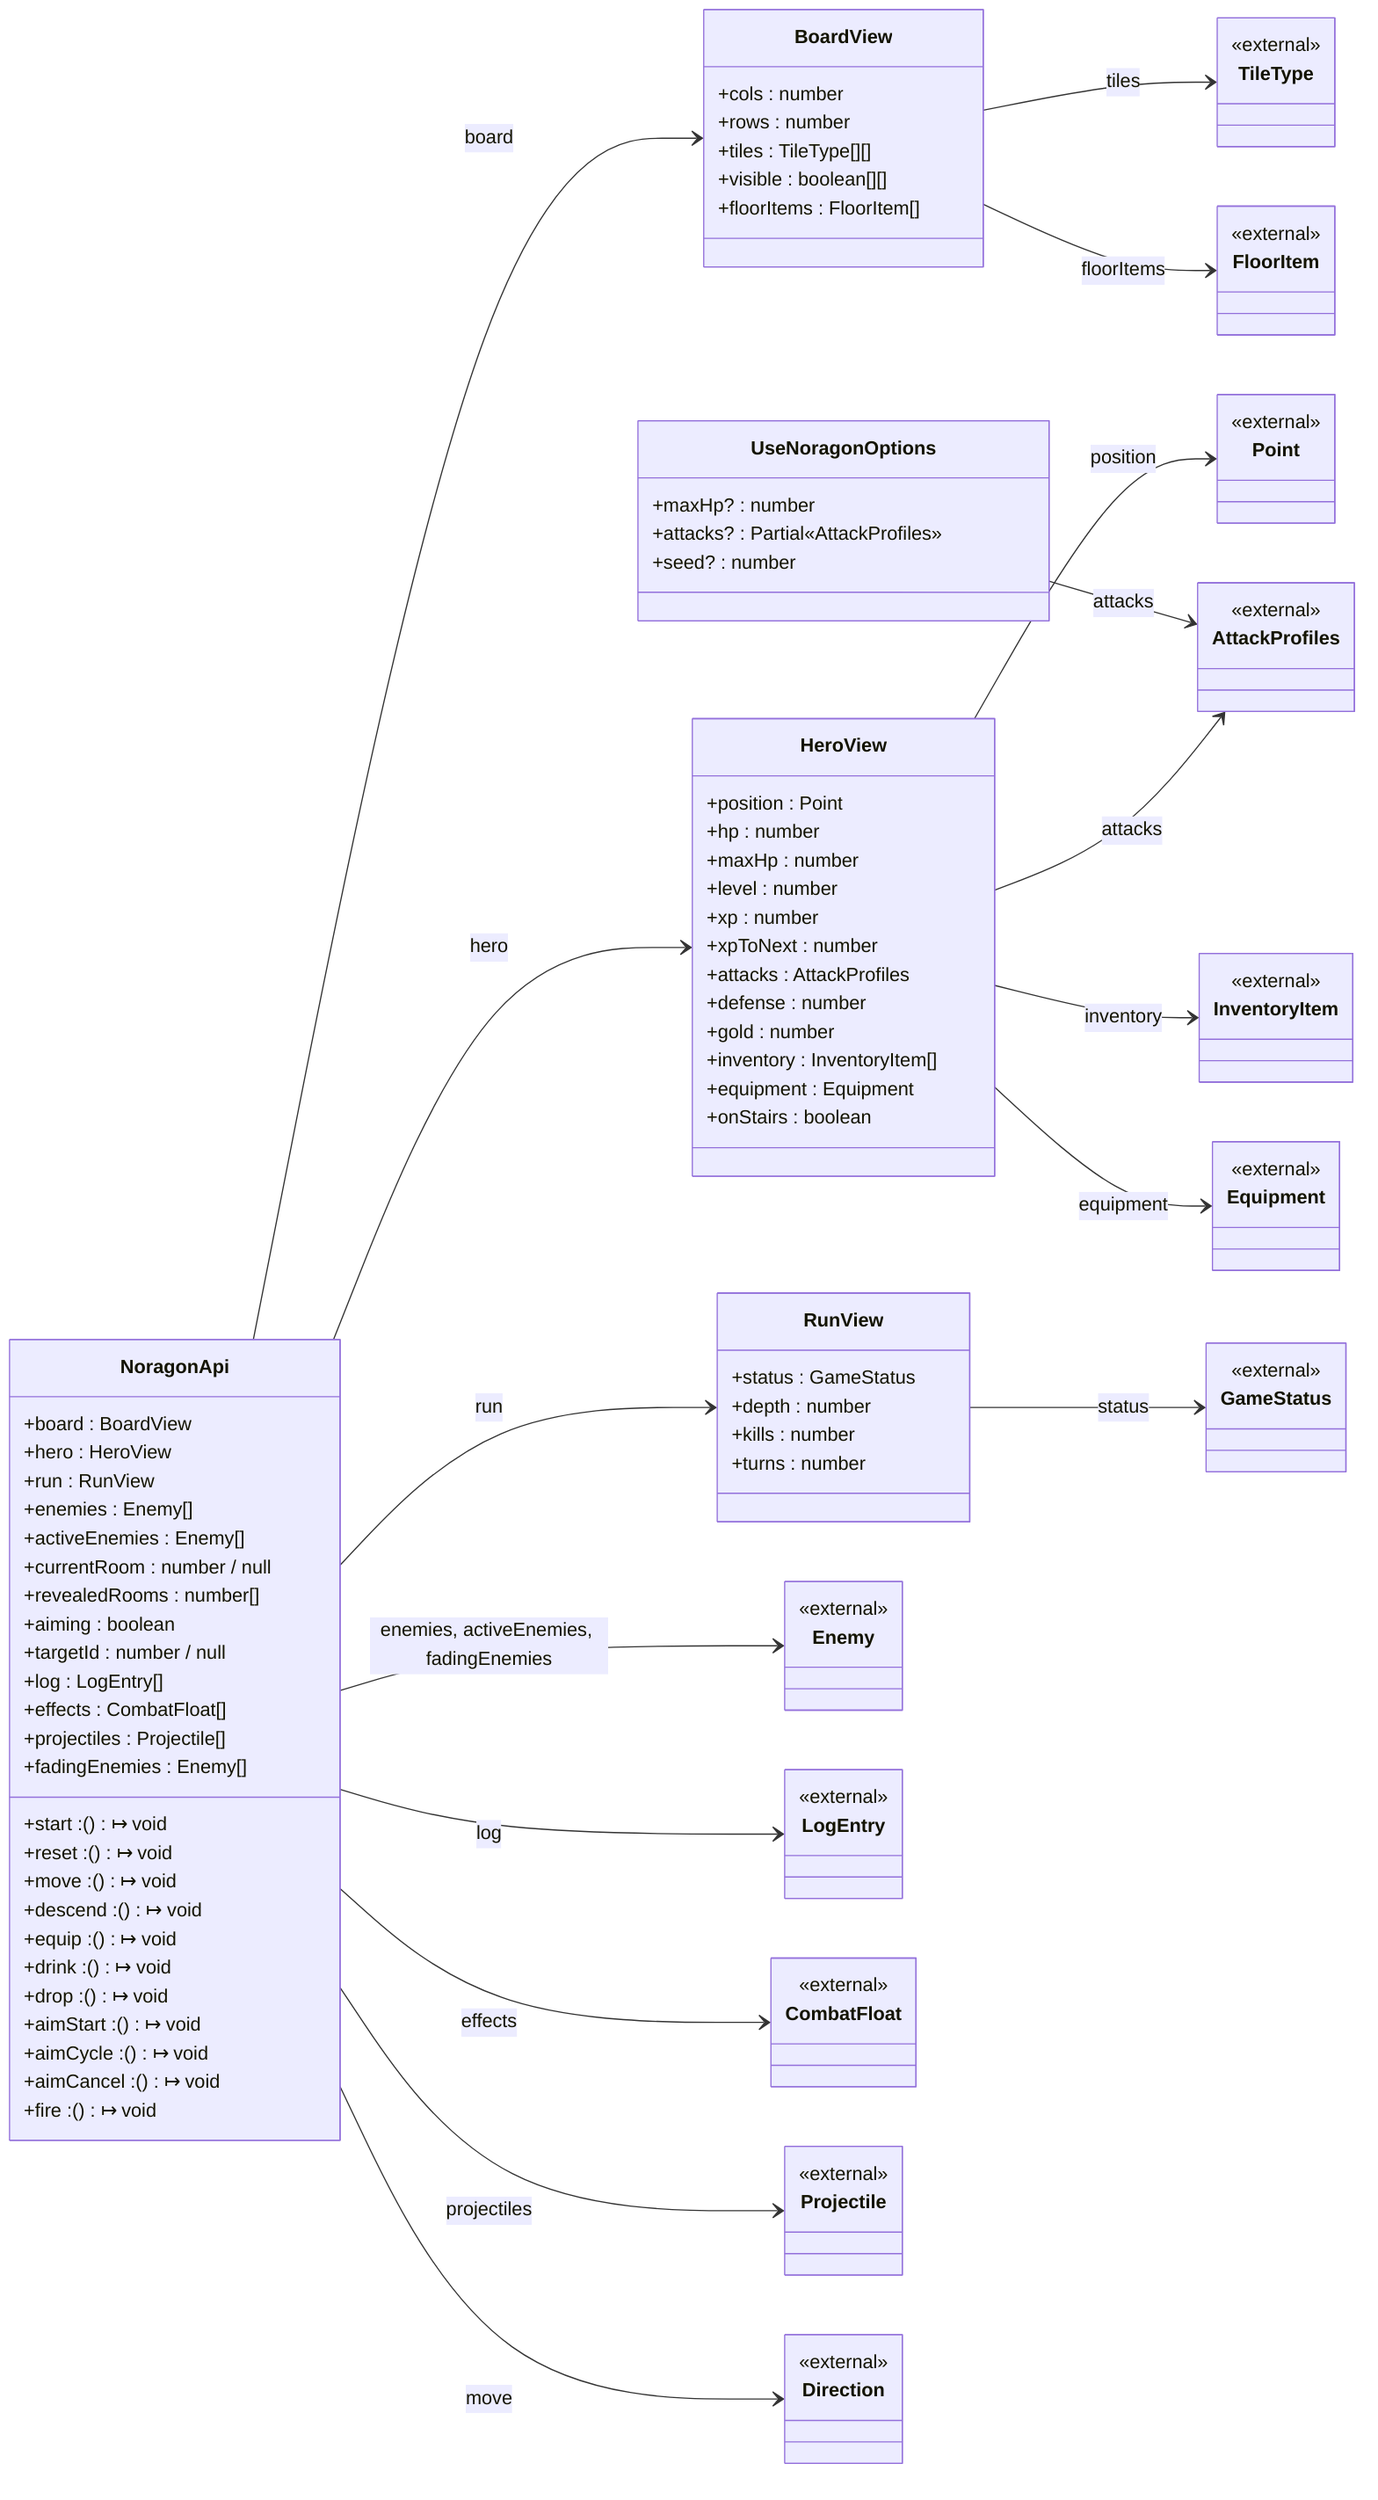
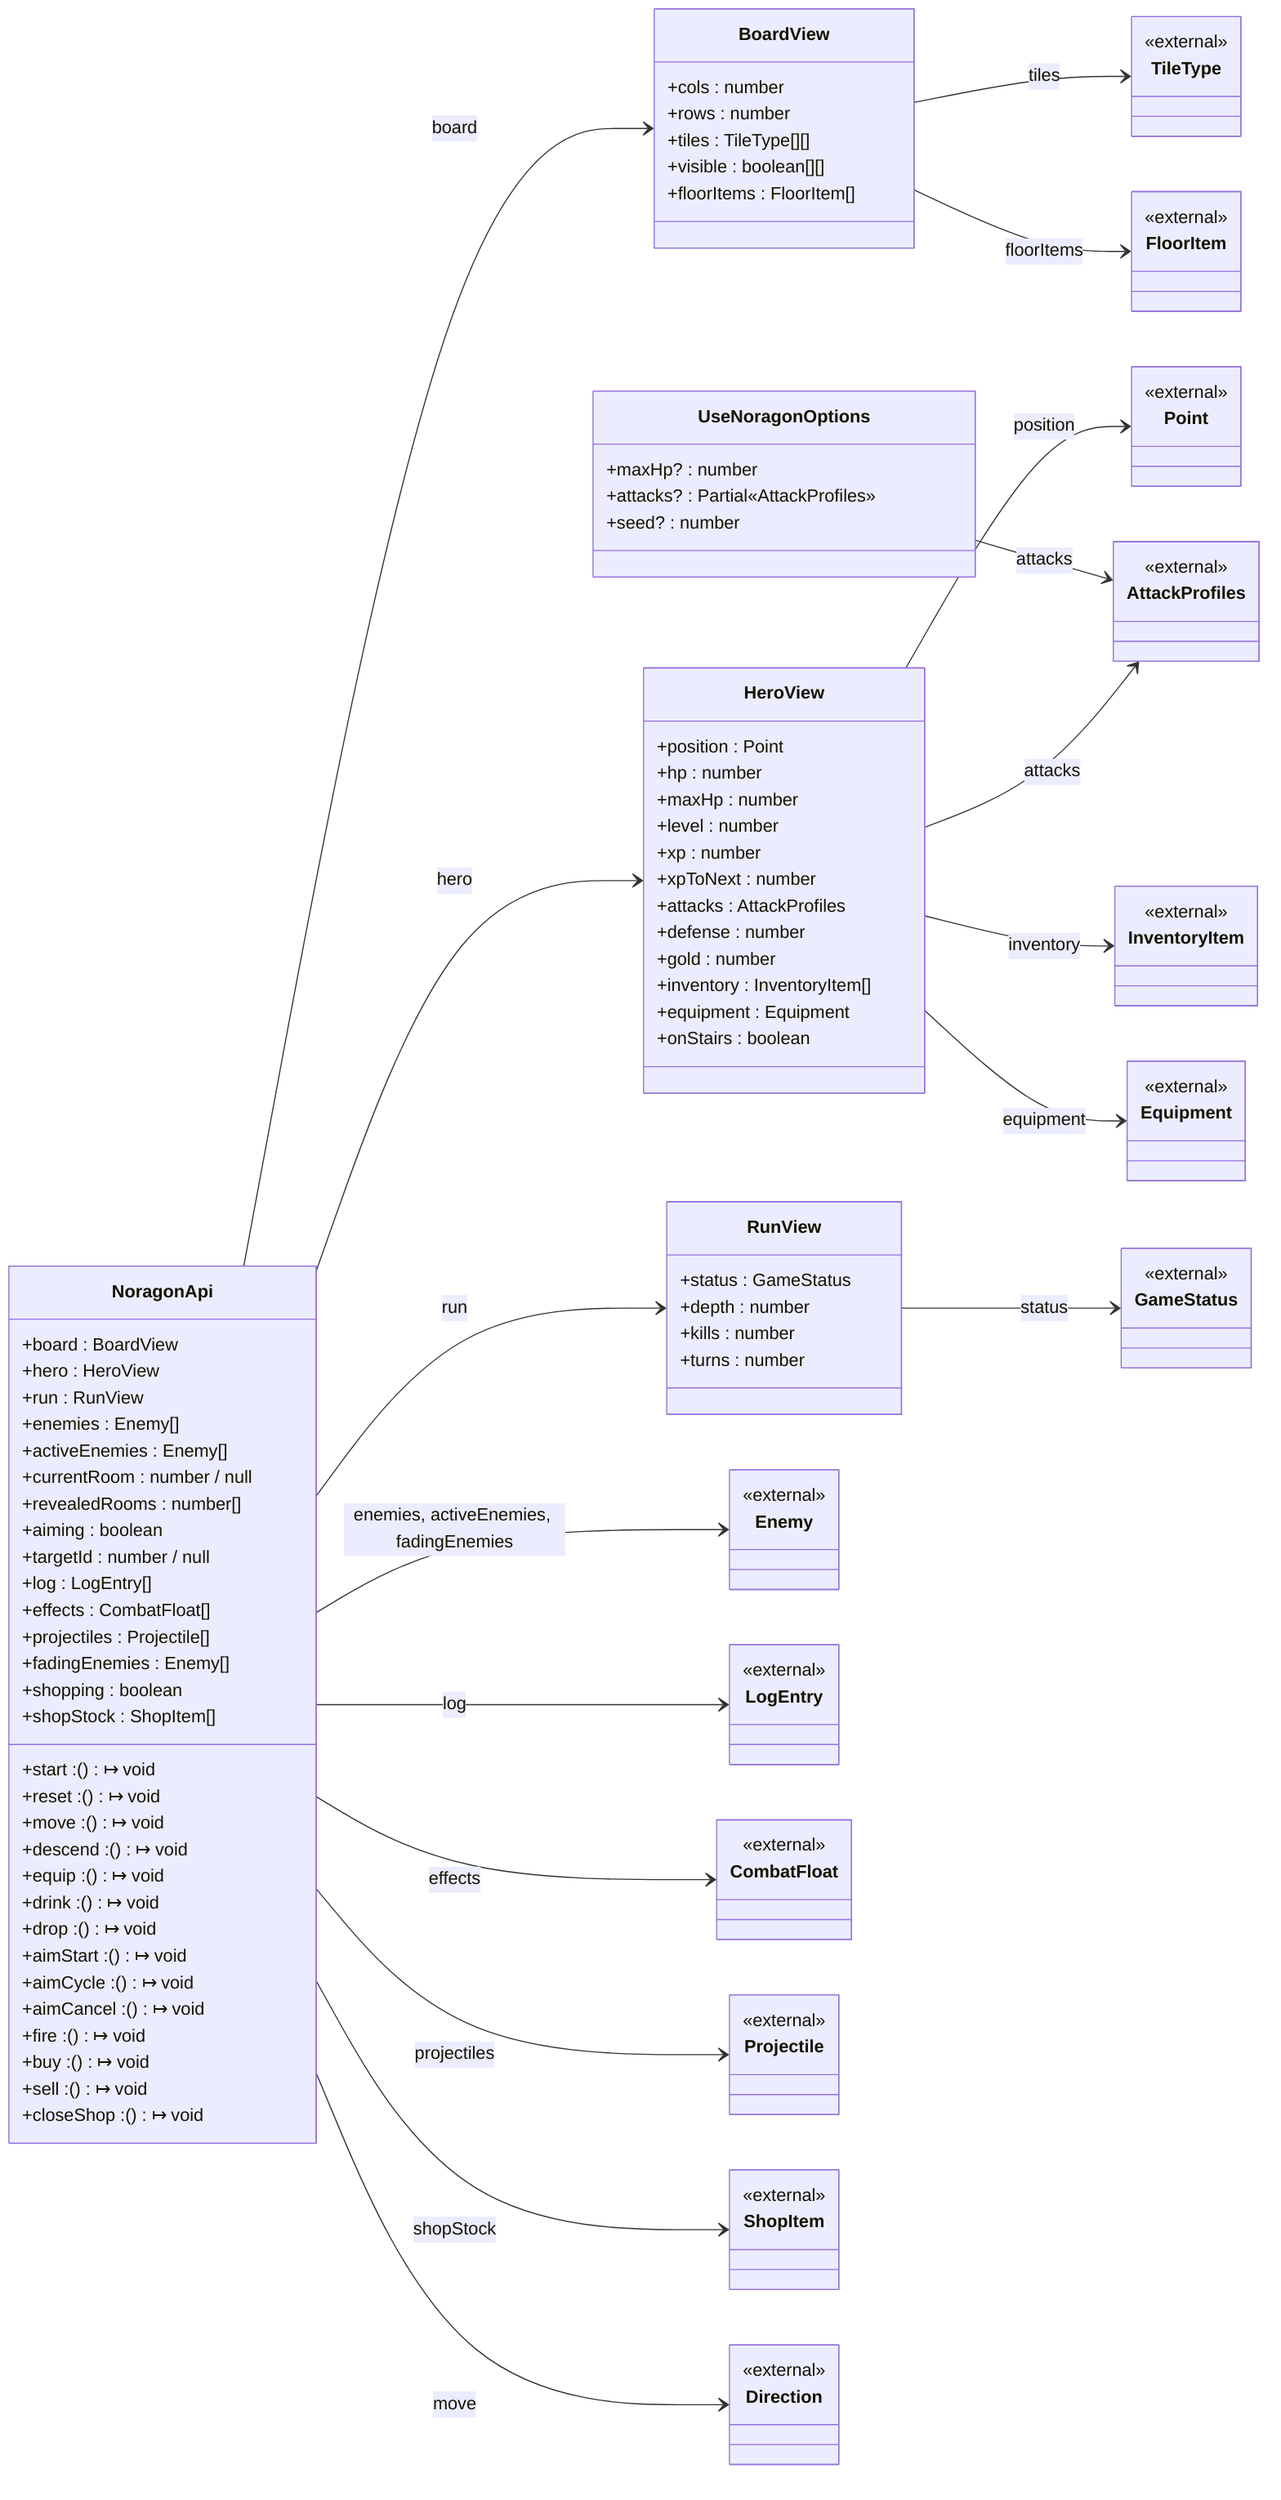
classDiagram
  direction LR
  class UseNoragonOptions {
    +maxHp? : number
    +attacks? : Partial«AttackProfiles»
    +seed? : number
  }
  class BoardView {
    +cols : number
    +rows : number
    +tiles : TileType[][]
    +visible : boolean[][]
    +floorItems : FloorItem[]
  }
  class HeroView {
    +position : Point
    +hp : number
    +maxHp : number
    +level : number
    +xp : number
    +xpToNext : number
    +attacks : AttackProfiles
    +defense : number
    +gold : number
    +inventory : InventoryItem[]
    +equipment : Equipment
    +onStairs : boolean
  }
  class RunView {
    +status : GameStatus
    +depth : number
    +kills : number
    +turns : number
  }
  class NoragonApi {
    +board : BoardView
    +hero : HeroView
    +run : RunView
    +enemies : Enemy[]
    +activeEnemies : Enemy[]
    +currentRoom : number / null
    +revealedRooms : number[]
    +aiming : boolean
    +targetId : number / null
    +log : LogEntry[]
    +effects : CombatFloat[]
    +projectiles : Projectile[]
    +fadingEnemies : Enemy[]
+     +shopping : boolean
+     +shopStock : ShopItem[]
    +start : () ↦ void
    +reset : () ↦ void
    +move : () ↦ void
    +descend : () ↦ void
    +equip : () ↦ void
    +drink : () ↦ void
    +drop : () ↦ void
    +aimStart : () ↦ void
    +aimCycle : () ↦ void
    +aimCancel : () ↦ void
    +fire : () ↦ void
+     +buy : () ↦ void
+     +sell : () ↦ void
+     +closeShop : () ↦ void
  }
  class AttackProfiles {
    <<external>>
  }
  class TileType {
    <<external>>
  }
  class FloorItem {
    <<external>>
  }
  class Point {
    <<external>>
  }
  class InventoryItem {
    <<external>>
  }
  class Equipment {
    <<external>>
  }
  class GameStatus {
    <<external>>
  }
  class Enemy {
    <<external>>
  }
  class LogEntry {
    <<external>>
  }
  class CombatFloat {
    <<external>>
  }
  class Projectile {
    <<external>>
  }
+   class ShopItem {
+     <<external>>
+   }
  class Direction {
    <<external>>
  }
  UseNoragonOptions --> AttackProfiles : attacks
  BoardView --> TileType : tiles
  BoardView --> FloorItem : floorItems
  HeroView --> Point : position
  HeroView --> AttackProfiles : attacks
  HeroView --> InventoryItem : inventory
  HeroView --> Equipment : equipment
  RunView --> GameStatus : status
  NoragonApi --> BoardView : board
  NoragonApi --> HeroView : hero
  NoragonApi --> RunView : run
  NoragonApi --> Enemy : enemies, activeEnemies, fadingEnemies
  NoragonApi --> LogEntry : log
  NoragonApi --> CombatFloat : effects
  NoragonApi --> Projectile : projectiles
+   NoragonApi --> ShopItem : shopStock
  NoragonApi --> Direction : move
